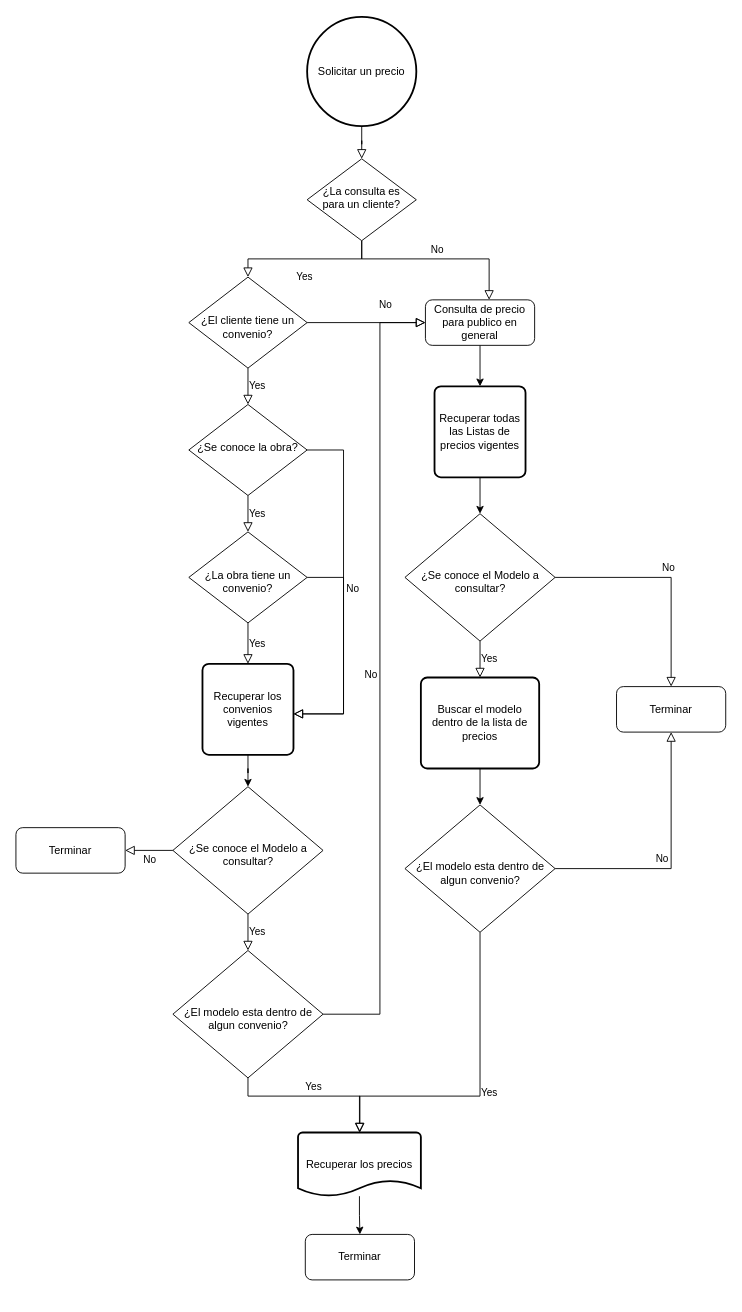
Above: page "Flujo de solicitud de precio" (1 of 2) of Flujo de calculo de precios.drawio in FcoJesusHernandez/RestFULL-API (draw.io), before the change. Source tidied: cells renumbered, new cells numbered last; positions are measured from the earlier drawing's top-left corner, leaving out a move shared by most shapes. Both pictures are drawn from the tidied source at 91%, with x=0, y=0 at pixel (15, 16).
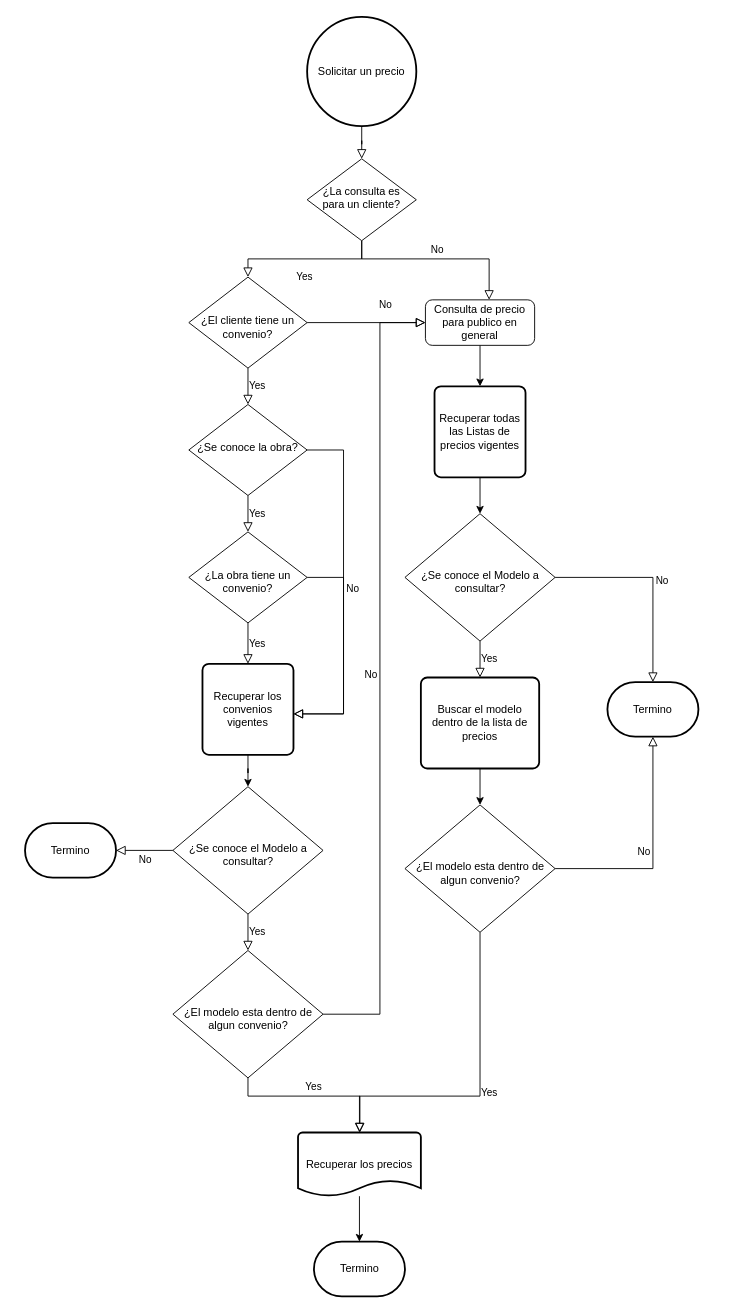
The same page after the edit.

Unchanged cells that the change refers to:
```xml
<mxCell id="19" value="&lt;br&gt;¿Se conoce el Modelo a consultar?" style="rhombus;whiteSpace=wrap;html=1;shadow=0;fontFamily=Helvetica;fontSize=12;align=center;strokeWidth=1;spacing=6;spacingTop=-4;" parent="1" vertex="1">
  <mxGeometry x="427.5" y="546" width="165" height="140" as="geometry" />
</mxCell>
<mxCell id="25" value="&lt;br&gt;¿Se conoce el Modelo a consultar?" style="rhombus;whiteSpace=wrap;html=1;shadow=0;fontFamily=Helvetica;fontSize=12;align=center;strokeWidth=1;spacing=6;spacingTop=-4;" parent="1" vertex="1">
  <mxGeometry x="172.5" y="846" width="165" height="140" as="geometry" />
</mxCell>
<mxCell id="33" value="&lt;span&gt;Recuperar los precios&lt;/span&gt;" style="strokeWidth=2;html=1;shape=mxgraph.flowchart.document2;whiteSpace=wrap;size=0.25;" parent="1" vertex="1">
  <mxGeometry x="310" y="1226" width="135" height="70" as="geometry" />
</mxCell>
<mxCell id="36" value="&lt;br&gt;¿El modelo esta dentro de algun convenio?" style="rhombus;whiteSpace=wrap;html=1;shadow=0;fontFamily=Helvetica;fontSize=12;align=center;strokeWidth=1;spacing=6;spacingTop=-4;" parent="1" vertex="1">
  <mxGeometry x="427.5" y="866" width="165" height="140" as="geometry" />
</mxCell>
```

Diff of the diagram source:
```diff
@@
-    <mxCell id="21" value="No" style="edgeStyle=orthogonalEdgeStyle;rounded=0;html=1;jettySize=auto;fontSize=11;endArrow=block;endFill=0;endSize=8;strokeWidth=1;shadow=0;labelBackgroundColor=none;labelBorderColor=none;exitX=1;exitY=0.5;exitDx=0;exitDy=0;" parent="1" edge="1" source="19" target="22">
+    <mxCell id="21" value="No" style="edgeStyle=orthogonalEdgeStyle;rounded=0;html=1;jettySize=auto;fontSize=11;endArrow=block;endFill=0;endSize=8;strokeWidth=1;shadow=0;labelBackgroundColor=none;labelBorderColor=none;exitX=1;exitY=0.5;exitDx=0;exitDy=0;" parent="1" edge="1" source="19" target="41">
       <mxGeometry y="10" relative="1" as="geometry" />
     </mxCell>
-    <mxCell id="22" value="Terminar" style="rounded=1;whiteSpace=wrap;html=1;fontSize=12;glass=0;strokeWidth=1;shadow=0;" parent="1" vertex="1">
-      <mxGeometry x="660" y="736" width="120" height="50" as="geometry" />
-    </mxCell>
@@
-    <mxCell id="26" value="Terminar" style="rounded=1;whiteSpace=wrap;html=1;fontSize=12;glass=0;strokeWidth=1;shadow=0;" parent="1" vertex="1">
-      <mxGeometry y="891" width="120" height="50" as="geometry" />
-    </mxCell>
-    <mxCell id="27" value="No" style="edgeStyle=orthogonalEdgeStyle;rounded=0;html=1;jettySize=auto;fontSize=11;endArrow=block;endFill=0;endSize=8;strokeWidth=1;shadow=0;labelBackgroundColor=none;labelBorderColor=none;exitX=0;exitY=0.5;exitDx=0;exitDy=0;entryX=1;entryY=0.5;entryDx=0;entryDy=0;" parent="1" edge="1" source="25" target="26">
+    <mxCell id="27" value="No" style="edgeStyle=orthogonalEdgeStyle;rounded=0;html=1;jettySize=auto;fontSize=11;endArrow=block;endFill=0;endSize=8;strokeWidth=1;shadow=0;labelBackgroundColor=none;labelBorderColor=none;exitX=0;exitY=0.5;exitDx=0;exitDy=0;" parent="1" edge="1" source="25" target="42">
       <mxGeometry y="10" relative="1" as="geometry" />
     </mxCell>
@@
-    <mxCell id="32" style="edgeStyle=orthogonalEdgeStyle;rounded=0;jettySize=auto;html=1;labelBackgroundColor=none;labelBorderColor=none;" parent="1" edge="1" source="33" target="40">
+    <mxCell id="32" style="edgeStyle=orthogonalEdgeStyle;rounded=0;jettySize=auto;html=1;labelBackgroundColor=none;labelBorderColor=none;entryX=0.5;entryY=0;entryDx=0;entryDy=0;entryPerimeter=0;" parent="1" edge="1" source="33" target="43">
       <mxGeometry relative="1" as="geometry" />
     </mxCell>
@@
-    <mxCell id="38" value="No" style="edgeStyle=orthogonalEdgeStyle;rounded=0;html=1;jettySize=auto;fontSize=11;endArrow=block;endFill=0;endSize=8;strokeWidth=1;shadow=0;labelBackgroundColor=none;labelBorderColor=none;" parent="1" edge="1" source="36" target="22">
+    <mxCell id="38" value="No" style="edgeStyle=orthogonalEdgeStyle;rounded=0;html=1;jettySize=auto;fontSize=11;endArrow=block;endFill=0;endSize=8;strokeWidth=1;shadow=0;labelBackgroundColor=none;labelBorderColor=none;" parent="1" edge="1" source="36" target="41">
       <mxGeometry y="10" relative="1" as="geometry" />
     </mxCell>
@@
-    <mxCell id="40" value="Terminar" style="rounded=1;whiteSpace=wrap;html=1;fontSize=12;glass=0;strokeWidth=1;shadow=0;" parent="1" vertex="1">
-      <mxGeometry x="318" y="1338" width="120" height="50" as="geometry" />
-    </mxCell>
+    <mxCell id="41" value="Termino" style="strokeWidth=2;html=1;shape=mxgraph.flowchart.terminator;whiteSpace=wrap;" parent="1" vertex="1">
+      <mxGeometry x="650" y="731" width="100" height="60" as="geometry" />
+    </mxCell>
+    <mxCell id="42" value="Termino" style="strokeWidth=2;html=1;shape=mxgraph.flowchart.terminator;whiteSpace=wrap;" parent="1" vertex="1">
+      <mxGeometry x="10" y="886" width="100" height="60" as="geometry" />
+    </mxCell>
+    <mxCell id="43" value="Termino" style="strokeWidth=2;html=1;shape=mxgraph.flowchart.terminator;whiteSpace=wrap;" parent="1" vertex="1">
+      <mxGeometry x="327.5" y="1346" width="100" height="60" as="geometry" />
+    </mxCell>
```
